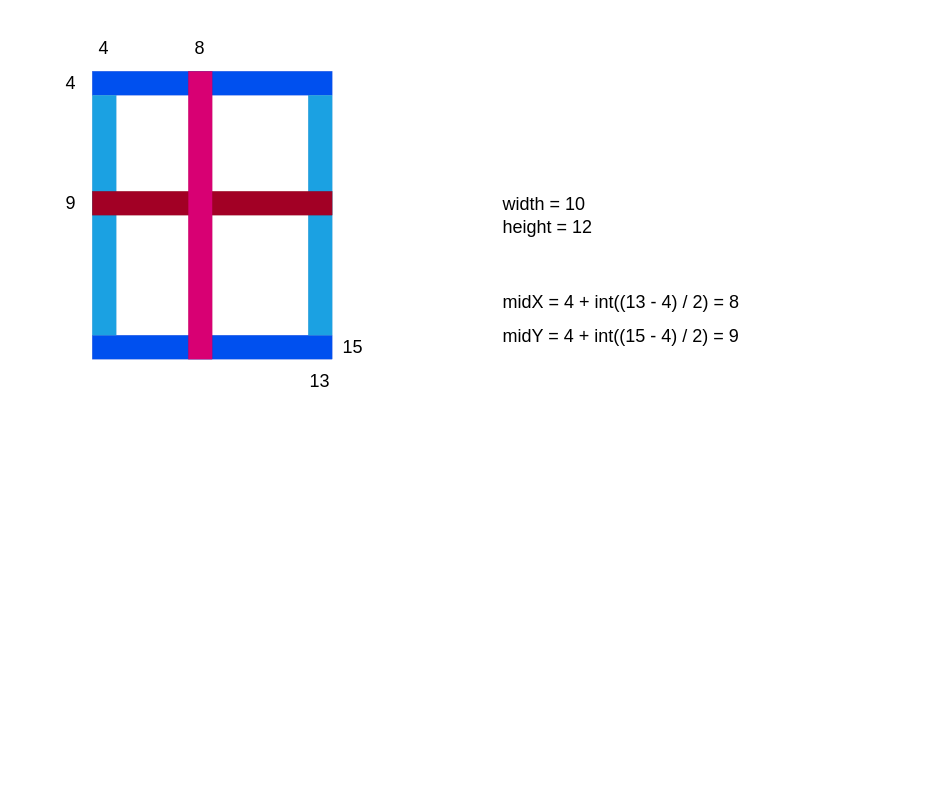
Above: doc/RectEsimation.drawio in zapccu/PyFracExplorer (draw.io), before the change. Source tidied: cells renumbered, new cells numbered last; positions are measured from the earlier drawing's top-left corner, leaving out a move shared by most shapes. Both pictures are drawn from the tidied source at 150%, with x=0, y=0 at pixel (26, 26).
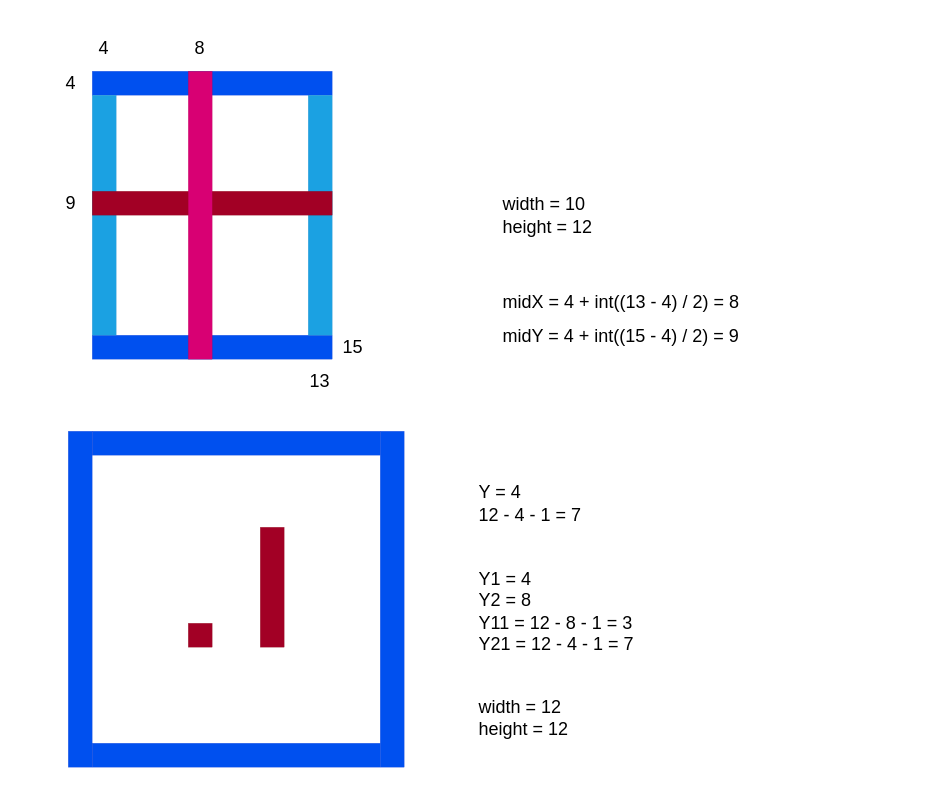
Above is the later version.

Diff of the diagram source:
```diff
@@
+    <mxCell id="17" style="whiteSpace=wrap;html=1;fillColor=#0050ef;fontColor=#ffffff;strokeColor=#001DBC;strokeWidth=0;" parent="1" vertex="1">
+      <mxGeometry x="44" y="478" width="192" height="16" as="geometry" />
+    </mxCell>
+    <mxCell id="18" style="whiteSpace=wrap;html=1;fillColor=#0050ef;fontColor=#ffffff;strokeColor=#001DBC;strokeWidth=0;" parent="1" vertex="1">
+      <mxGeometry x="44" y="270" width="192" height="16" as="geometry" />
+    </mxCell>
+    <mxCell id="19" style="whiteSpace=wrap;html=1;fillColor=#0050ef;fontColor=#ffffff;strokeColor=#001DBC;strokeWidth=0;" parent="1" vertex="1">
+      <mxGeometry x="28" y="270" width="16" height="224" as="geometry" />
+    </mxCell>
+    <mxCell id="20" style="whiteSpace=wrap;html=1;fillColor=#0050ef;fontColor=#ffffff;strokeColor=#001DBC;strokeWidth=0;" parent="1" vertex="1">
+      <mxGeometry x="236" y="270" width="16" height="224" as="geometry" />
+    </mxCell>
+    <mxCell id="21" value="width = 12&lt;br&gt;height = 12" style="text;strokeColor=none;align=left;fillColor=none;html=1;verticalAlign=middle;whiteSpace=wrap;rounded=0;strokeWidth=0;" parent="1" vertex="1">
+      <mxGeometry x="300" y="446" width="272" height="30" as="geometry" />
+    </mxCell>
+    <mxCell id="22" style="whiteSpace=wrap;html=1;fillColor=#a20025;fontColor=#ffffff;strokeColor=#6F0000;strokeWidth=0;" parent="1" vertex="1">
+      <mxGeometry x="108" y="398" width="16" height="16" as="geometry" />
+    </mxCell>
+    <mxCell id="23" value="Y = 4&lt;br&gt;12 - 4 - 1 = 7" style="text;strokeColor=none;align=left;fillColor=none;html=1;verticalAlign=middle;whiteSpace=wrap;rounded=0;strokeWidth=0;" parent="1" vertex="1">
+      <mxGeometry x="300" y="303" width="272" height="30" as="geometry" />
+    </mxCell>
+    <mxCell id="24" style="whiteSpace=wrap;html=1;fillColor=#a20025;fontColor=#ffffff;strokeColor=#6F0000;strokeWidth=0;" parent="1" vertex="1">
+      <mxGeometry x="156" y="334" width="16" height="80" as="geometry" />
+    </mxCell>
+    <mxCell id="25" value="Y1 = 4&lt;br&gt;Y2 = 8&lt;br&gt;Y11 = 12 - 8 - 1 = 3&lt;br&gt;Y21 = 12 - 4 - 1 = 7" style="text;strokeColor=none;align=left;fillColor=none;html=1;verticalAlign=middle;whiteSpace=wrap;rounded=0;strokeWidth=0;" parent="1" vertex="1">
+      <mxGeometry x="300" y="350" width="272" height="80" as="geometry" />
+    </mxCell>
```
